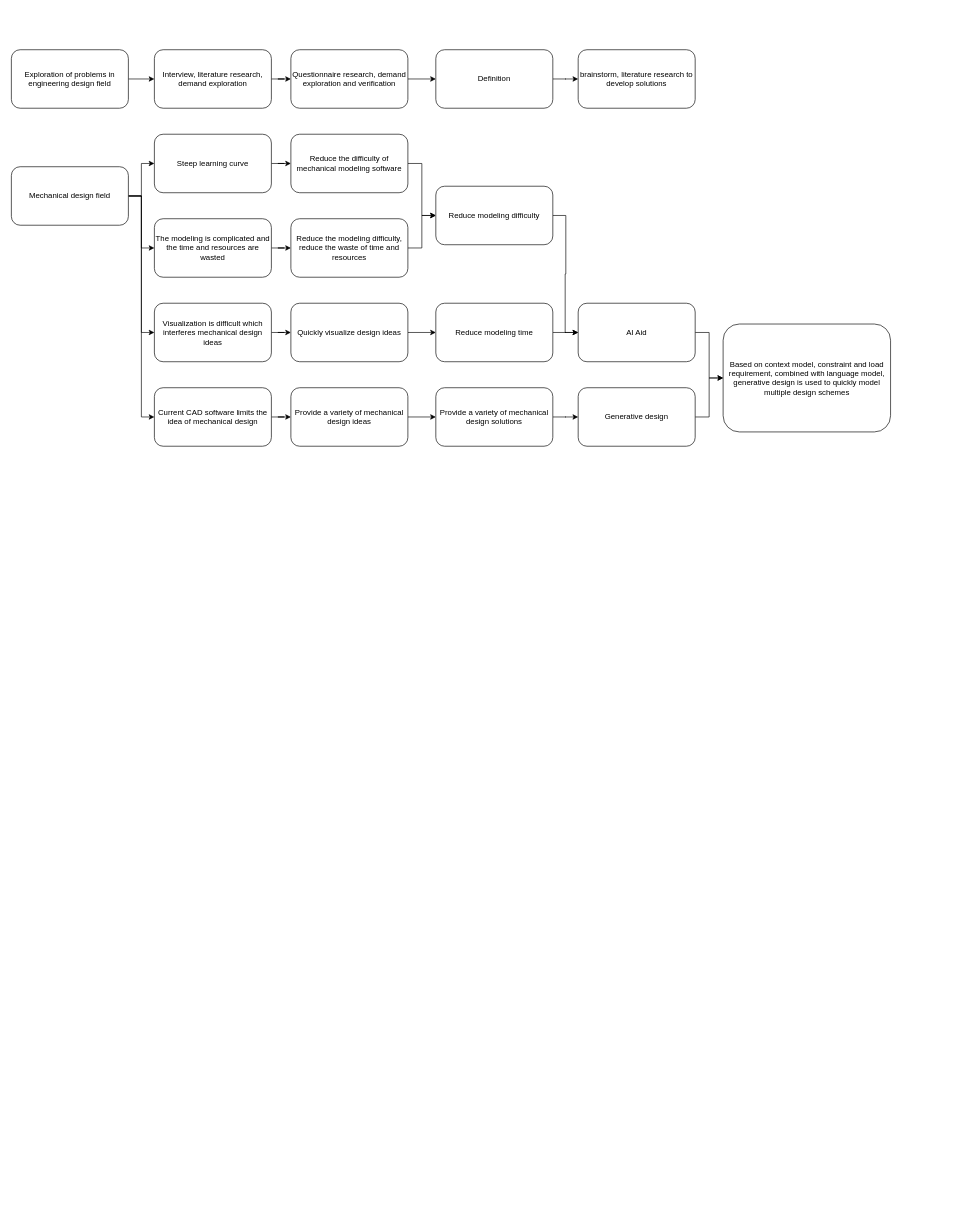
Above: 工程设计需求图.drawio in x1528045870/x1528045870 (draw.io), before the change. Source tidied: cells renumbered, new cells numbered last; positions are measured from the earlier drawing's top-left corner, leaving out a move shared by most shapes. Both pictures are drawn from the tidied source at 65%, with x=0, y=0 at pixel (11, 49).
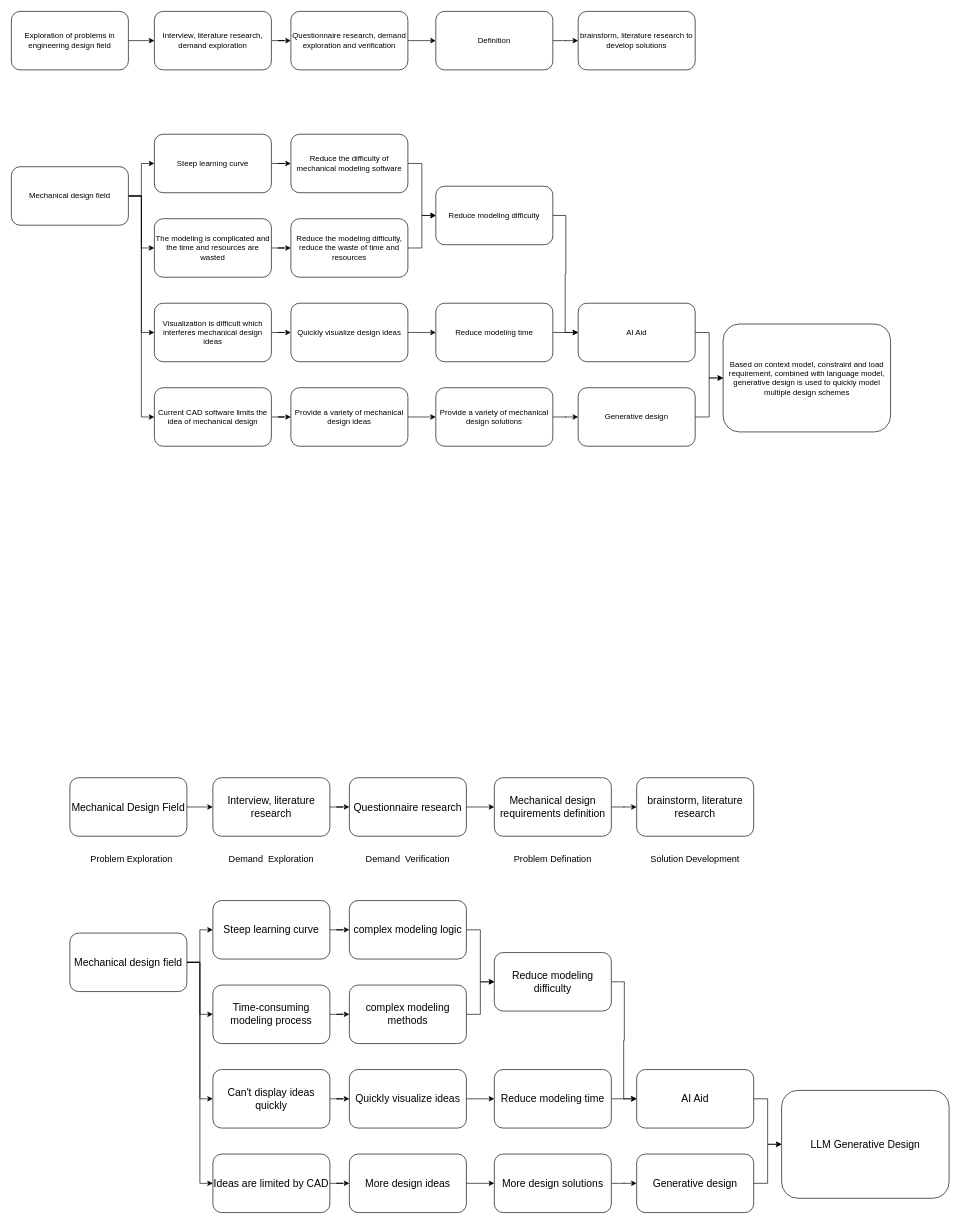
The same diagram, later.

Commit message:
更新工程设计需求图.drawio

Change to the diagram source:
```diff
@@
     <mxCell id="35" value="Exploration of problems in engineering design field" style="rounded=1;whiteSpace=wrap;html=1;" parent="1" vertex="1">
-      <mxGeometry width="180" height="90" as="geometry" />
+      <mxGeometry y="-59" width="180" height="90" as="geometry" />
     </mxCell>
@@
     <mxCell id="37" value="Interview, literature research, demand exploration" style="rounded=1;whiteSpace=wrap;html=1;" parent="1" vertex="1">
-      <mxGeometry x="220" width="180" height="90" as="geometry" />
+      <mxGeometry x="220" y="-59" width="180" height="90" as="geometry" />
     </mxCell>
@@
     <mxCell id="39" value="Questionnaire research, demand exploration and verification" style="rounded=1;whiteSpace=wrap;html=1;" parent="1" vertex="1">
-      <mxGeometry x="430" width="180" height="90" as="geometry" />
+      <mxGeometry x="430" y="-59" width="180" height="90" as="geometry" />
     </mxCell>
@@
     <mxCell id="41" value="Definition" style="rounded=1;whiteSpace=wrap;html=1;" parent="1" vertex="1">
-      <mxGeometry x="653" width="180" height="90" as="geometry" />
+      <mxGeometry x="653" y="-59" width="180" height="90" as="geometry" />
     </mxCell>
     <mxCell id="42" value="brainstorm, literature research to develop solutions" style="rounded=1;whiteSpace=wrap;html=1;" parent="1" vertex="1">
-      <mxGeometry x="872" width="180" height="90" as="geometry" />
+      <mxGeometry x="872" y="-59" width="180" height="90" as="geometry" />
     </mxCell>
+    <mxCell id="43" style="edgeStyle=orthogonalEdgeStyle;rounded=0;jettySize=auto;html=1;entryX=0;entryY=0.5;entryDx=0;entryDy=0;" parent="1" edge="1" source="47" target="51">
+      <mxGeometry relative="1" as="geometry" />
+    </mxCell>
+    <mxCell id="44" style="edgeStyle=orthogonalEdgeStyle;rounded=0;jettySize=auto;html=1;entryX=0;entryY=0.5;entryDx=0;entryDy=0;" parent="1" edge="1" source="47" target="57">
+      <mxGeometry relative="1" as="geometry" />
+    </mxCell>
+    <mxCell id="45" style="edgeStyle=orthogonalEdgeStyle;rounded=0;jettySize=auto;html=1;entryX=0;entryY=0.5;entryDx=0;entryDy=0;" parent="1" edge="1" source="47" target="59">
+      <mxGeometry relative="1" as="geometry" />
+    </mxCell>
+    <mxCell id="46" style="edgeStyle=orthogonalEdgeStyle;rounded=0;jettySize=auto;html=1;entryX=0;entryY=0.5;entryDx=0;entryDy=0;" parent="1" edge="1" source="47" target="55">
+      <mxGeometry relative="1" as="geometry" />
+    </mxCell>
+    <mxCell id="47" value="&lt;font style=&quot;font-size: 16px;&quot;&gt;Mechanical design field&lt;/font&gt;" style="rounded=1;whiteSpace=wrap;html=1;" parent="1" vertex="1">
+      <mxGeometry x="90" y="1359" width="180" height="90" as="geometry" />
+    </mxCell>
+    <mxCell id="48" style="edgeStyle=orthogonalEdgeStyle;rounded=0;jettySize=auto;html=1;" parent="1" edge="1" source="49" target="74">
+      <mxGeometry relative="1" as="geometry" />
+    </mxCell>
+    <mxCell id="49" value="&lt;font style=&quot;font-size: 16px;&quot;&gt;Generative design&lt;/font&gt;" style="rounded=1;whiteSpace=wrap;html=1;" parent="1" vertex="1">
+      <mxGeometry x="962" y="1699" width="180" height="90" as="geometry" />
+    </mxCell>
+    <mxCell id="50" style="edgeStyle=orthogonalEdgeStyle;rounded=0;jettySize=auto;html=1;" parent="1" edge="1" source="51" target="61">
+      <mxGeometry relative="1" as="geometry" />
+    </mxCell>
+    <mxCell id="51" value="&lt;font style=&quot;font-size: 16px;&quot;&gt;Time-consuming modeling process&lt;/font&gt;" style="rounded=1;whiteSpace=wrap;html=1;" parent="1" vertex="1">
+      <mxGeometry x="310" y="1439" width="180" height="90" as="geometry" />
+    </mxCell>
+    <mxCell id="52" style="edgeStyle=orthogonalEdgeStyle;rounded=0;jettySize=auto;html=1;entryX=0;entryY=0.5;entryDx=0;entryDy=0;" parent="1" edge="1" source="53" target="74">
+      <mxGeometry relative="1" as="geometry" />
+    </mxCell>
+    <mxCell id="53" value="&lt;font style=&quot;font-size: 16px;&quot;&gt;AI Aid&lt;/font&gt;" style="rounded=1;whiteSpace=wrap;html=1;" parent="1" vertex="1">
+      <mxGeometry x="962" y="1569" width="180" height="90" as="geometry" />
+    </mxCell>
+    <mxCell id="54" style="edgeStyle=orthogonalEdgeStyle;rounded=0;jettySize=auto;html=1;" parent="1" edge="1" source="55" target="63">
+      <mxGeometry relative="1" as="geometry" />
+    </mxCell>
+    <mxCell id="55" value="&lt;font style=&quot;font-size: 16px;&quot;&gt;Can't display ideas quickly&lt;/font&gt;" style="rounded=1;whiteSpace=wrap;html=1;" parent="1" vertex="1">
+      <mxGeometry x="310" y="1569" width="180" height="90" as="geometry" />
+    </mxCell>
+    <mxCell id="56" style="edgeStyle=orthogonalEdgeStyle;rounded=0;jettySize=auto;html=1;" parent="1" edge="1" source="57" target="65">
+      <mxGeometry relative="1" as="geometry" />
+    </mxCell>
+    <mxCell id="57" value="&lt;font style=&quot;font-size: 16px;&quot;&gt;Ideas are limited by CAD&lt;/font&gt;" style="rounded=1;whiteSpace=wrap;html=1;" parent="1" vertex="1">
+      <mxGeometry x="310" y="1699" width="180" height="90" as="geometry" />
+    </mxCell>
+    <mxCell id="58" style="edgeStyle=orthogonalEdgeStyle;rounded=0;jettySize=auto;html=1;" parent="1" edge="1" source="59" target="67">
+      <mxGeometry relative="1" as="geometry" />
+    </mxCell>
+    <mxCell id="59" value="&lt;font style=&quot;font-size: 16px;&quot;&gt;Steep learning curve&lt;/font&gt;" style="rounded=1;whiteSpace=wrap;html=1;" parent="1" vertex="1">
+      <mxGeometry x="310" y="1309" width="180" height="90" as="geometry" />
+    </mxCell>
+    <mxCell id="60" style="edgeStyle=orthogonalEdgeStyle;rounded=0;jettySize=auto;html=1;" parent="1" edge="1" source="61" target="73">
+      <mxGeometry relative="1" as="geometry" />
+    </mxCell>
+    <mxCell id="61" value="&lt;font style=&quot;font-size: 16px;&quot;&gt;complex modeling methods&lt;/font&gt;" style="rounded=1;whiteSpace=wrap;html=1;" parent="1" vertex="1">
+      <mxGeometry x="520" y="1439" width="180" height="90" as="geometry" />
+    </mxCell>
+    <mxCell id="62" style="edgeStyle=orthogonalEdgeStyle;rounded=0;jettySize=auto;html=1;" parent="1" edge="1" source="63" target="69">
+      <mxGeometry relative="1" as="geometry" />
+    </mxCell>
+    <mxCell id="63" value="&lt;font style=&quot;font-size: 16px;&quot;&gt;Quickly visualize ideas&lt;/font&gt;" style="rounded=1;whiteSpace=wrap;html=1;" parent="1" vertex="1">
+      <mxGeometry x="520" y="1569" width="180" height="90" as="geometry" />
+    </mxCell>
+    <mxCell id="64" style="edgeStyle=orthogonalEdgeStyle;rounded=0;jettySize=auto;html=1;" parent="1" edge="1" source="65" target="71">
+      <mxGeometry relative="1" as="geometry" />
+    </mxCell>
+    <mxCell id="65" value="&lt;font style=&quot;font-size: 16px;&quot;&gt;More design ideas&lt;/font&gt;" style="rounded=1;whiteSpace=wrap;html=1;" parent="1" vertex="1">
+      <mxGeometry x="520" y="1699" width="180" height="90" as="geometry" />
+    </mxCell>
+    <mxCell id="66" style="edgeStyle=orthogonalEdgeStyle;rounded=0;jettySize=auto;html=1;" parent="1" edge="1" source="67" target="73">
+      <mxGeometry relative="1" as="geometry" />
+    </mxCell>
+    <mxCell id="67" value="&lt;font style=&quot;font-size: 16px;&quot;&gt;complex modeling logic&lt;/font&gt;" style="rounded=1;whiteSpace=wrap;html=1;" parent="1" vertex="1">
+      <mxGeometry x="520" y="1309" width="180" height="90" as="geometry" />
+    </mxCell>
+    <mxCell id="68" style="edgeStyle=orthogonalEdgeStyle;rounded=0;jettySize=auto;html=1;entryX=0;entryY=0.5;entryDx=0;entryDy=0;" parent="1" edge="1" source="69" target="53">
+      <mxGeometry relative="1" as="geometry" />
+    </mxCell>
+    <mxCell id="69" value="&lt;font style=&quot;font-size: 16px;&quot;&gt;Reduce modeling time&lt;/font&gt;" style="rounded=1;whiteSpace=wrap;html=1;" parent="1" vertex="1">
+      <mxGeometry x="743" y="1569" width="180" height="90" as="geometry" />
+    </mxCell>
+    <mxCell id="70" style="edgeStyle=orthogonalEdgeStyle;rounded=0;jettySize=auto;html=1;" parent="1" edge="1" source="71" target="49">
+      <mxGeometry relative="1" as="geometry" />
+    </mxCell>
+    <mxCell id="71" value="&lt;font style=&quot;font-size: 16px;&quot;&gt;More design solutions&lt;/font&gt;" style="rounded=1;whiteSpace=wrap;html=1;" parent="1" vertex="1">
+      <mxGeometry x="743" y="1699" width="180" height="90" as="geometry" />
+    </mxCell>
+    <mxCell id="72" style="edgeStyle=orthogonalEdgeStyle;rounded=0;jettySize=auto;html=1;entryX=0;entryY=0.5;entryDx=0;entryDy=0;" parent="1" edge="1" source="73" target="53">
+      <mxGeometry relative="1" as="geometry" />
+    </mxCell>
+    <mxCell id="73" value="&lt;font style=&quot;font-size: 16px;&quot;&gt;Reduce modeling difficulty&lt;/font&gt;" style="rounded=1;whiteSpace=wrap;html=1;" parent="1" vertex="1">
+      <mxGeometry x="743" y="1389" width="180" height="90" as="geometry" />
+    </mxCell>
+    <mxCell id="74" value="&lt;font style=&quot;font-size: 16px;&quot;&gt;LLM Generative Design&lt;/font&gt;" style="rounded=1;whiteSpace=wrap;html=1;" parent="1" vertex="1">
+      <mxGeometry x="1185" y="1601" width="257.6" height="166" as="geometry" />
+    </mxCell>
+    <mxCell id="75" style="edgeStyle=orthogonalEdgeStyle;rounded=0;jettySize=auto;html=1;" parent="1" edge="1" source="76" target="78">
+      <mxGeometry relative="1" as="geometry" />
+    </mxCell>
+    <mxCell id="76" value="&lt;font style=&quot;font-size: 16px;&quot;&gt;Mechanical Design Field&lt;/font&gt;" style="rounded=1;whiteSpace=wrap;html=1;" parent="1" vertex="1">
+      <mxGeometry x="90" y="1120" width="180" height="90" as="geometry" />
+    </mxCell>
+    <mxCell id="77" style="edgeStyle=orthogonalEdgeStyle;rounded=0;jettySize=auto;html=1;" parent="1" edge="1" source="78" target="80">
+      <mxGeometry relative="1" as="geometry" />
+    </mxCell>
+    <mxCell id="78" value="&lt;font style=&quot;font-size: 16px;&quot;&gt;Interview, literature research&lt;/font&gt;" style="rounded=1;whiteSpace=wrap;html=1;" parent="1" vertex="1">
+      <mxGeometry x="310" y="1120" width="180" height="90" as="geometry" />
+    </mxCell>
+    <mxCell id="79" style="edgeStyle=orthogonalEdgeStyle;rounded=0;jettySize=auto;html=1;" parent="1" edge="1" source="80" target="82">
+      <mxGeometry relative="1" as="geometry" />
+    </mxCell>
+    <mxCell id="80" value="&lt;font style=&quot;font-size: 16px;&quot;&gt;Questionnaire research&lt;/font&gt;" style="rounded=1;whiteSpace=wrap;html=1;" parent="1" vertex="1">
+      <mxGeometry x="520" y="1120" width="180" height="90" as="geometry" />
+    </mxCell>
+    <mxCell id="81" style="edgeStyle=orthogonalEdgeStyle;rounded=0;jettySize=auto;html=1;" parent="1" edge="1" source="82" target="83">
+      <mxGeometry relative="1" as="geometry" />
+    </mxCell>
+    <mxCell id="82" value="&lt;font style=&quot;font-size: 16px;&quot;&gt;Mechanical design requirements definition&lt;/font&gt;" style="rounded=1;whiteSpace=wrap;html=1;" parent="1" vertex="1">
+      <mxGeometry x="743" y="1120" width="180" height="90" as="geometry" />
+    </mxCell>
+    <mxCell id="83" value="&lt;font style=&quot;font-size: 16px;&quot;&gt;brainstorm, literature research&lt;/font&gt;" style="rounded=1;whiteSpace=wrap;html=1;" parent="1" vertex="1">
+      <mxGeometry x="962" y="1120" width="180" height="90" as="geometry" />
+    </mxCell>
+    <mxCell id="84" value="&lt;font style=&quot;font-size: 14px;&quot;&gt;Demand&amp;nbsp; Verification&lt;/font&gt;" style="text;html=1;strokeColor=none;fillColor=none;align=center;verticalAlign=middle;whiteSpace=wrap;rounded=0;" parent="1" vertex="1">
+      <mxGeometry x="530" y="1230" width="160" height="30" as="geometry" />
+    </mxCell>
+    <mxCell id="85" value="&lt;font style=&quot;font-size: 14px;&quot;&gt;Demand&amp;nbsp; Exploration&lt;/font&gt;" style="text;html=1;strokeColor=none;fillColor=none;align=center;verticalAlign=middle;whiteSpace=wrap;rounded=0;" parent="1" vertex="1">
+      <mxGeometry x="320" y="1230" width="160" height="30" as="geometry" />
+    </mxCell>
+    <mxCell id="86" value="&lt;font style=&quot;font-size: 14px;&quot;&gt;Problem Exploration&lt;/font&gt;" style="text;html=1;strokeColor=none;fillColor=none;align=center;verticalAlign=middle;whiteSpace=wrap;rounded=0;" parent="1" vertex="1">
+      <mxGeometry x="120" y="1230" width="130" height="30" as="geometry" />
+    </mxCell>
+    <mxCell id="87" value="&lt;font style=&quot;font-size: 14px;&quot;&gt;Problem Defination&lt;/font&gt;" style="text;html=1;strokeColor=none;fillColor=none;align=center;verticalAlign=middle;whiteSpace=wrap;rounded=0;" parent="1" vertex="1">
+      <mxGeometry x="753" y="1230" width="160" height="30" as="geometry" />
+    </mxCell>
+    <mxCell id="88" value="&lt;font style=&quot;font-size: 14px;&quot;&gt;Solution Development&lt;/font&gt;" style="text;html=1;strokeColor=none;fillColor=none;align=center;verticalAlign=middle;whiteSpace=wrap;rounded=0;" parent="1" vertex="1">
+      <mxGeometry x="972" y="1230" width="160" height="30" as="geometry" />
+    </mxCell>
```
